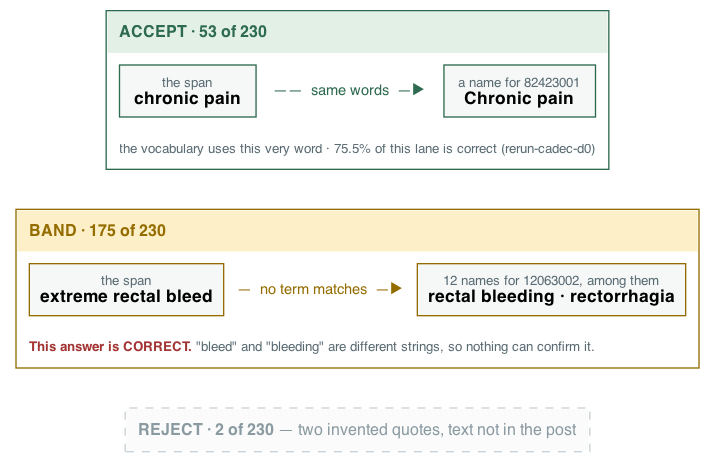
Above: docs/figures/fig4a-accept-cadec.png in wbagais/reliability-ladder (Graphviz), before the change. Its source is kept beside it as docs/figures/fig4a-accept-cadec.dot.
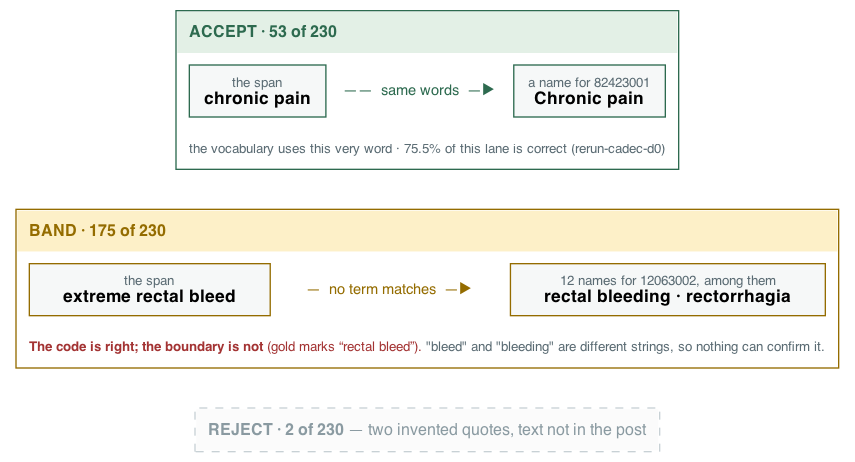
The same diagram one commit later.

Commit message:
fig 6/7: the rectal-bleed example is a right code under the wrong boundary

Change to the diagram source:
```diff
@@ -21,7 +21,7 @@
         <TD BORDER="0"><FONT POINT-SIZE="11" COLOR="#946c00"> &#8212;  no term matches  &#8212;&#9654; </FONT></TD>
         <TD BGCOLOR="#f6f8f8"><FONT POINT-SIZE="10.5" COLOR="#5a6b73">12 names for 12063002, among them</FONT><BR/><FONT POINT-SIZE="13"><B>rectal bleeding &#183; rectorrhagia</B></FONT></TD>
       </TR></TABLE></TD></TR>
-    <TR><TD ALIGN="LEFT" BGCOLOR="#ffffff"><FONT POINT-SIZE="10.5" COLOR="#a33333"><B>This answer is CORRECT.</B> <FONT COLOR="#5a6b73">"bleed" and "bleeding" are different strings, so nothing can confirm it.</FONT></FONT></TD></TR>
+    <TR><TD ALIGN="LEFT" BGCOLOR="#ffffff"><FONT POINT-SIZE="10.5" COLOR="#a33333"><B>The code is right; the boundary is not</B> (gold marks &#8220;rectal bleed&#8221;). <FONT COLOR="#5a6b73">"bleed" and "bleeding" are different strings, so nothing can confirm it.</FONT></FONT></TD></TR>
     </TABLE>>];
 
   rej [label=<<TABLE BORDER="1" CELLBORDER="0" CELLSPACING="0" CELLPADDING="9" COLOR="#c8d1d5" STYLE="dashed">
```
